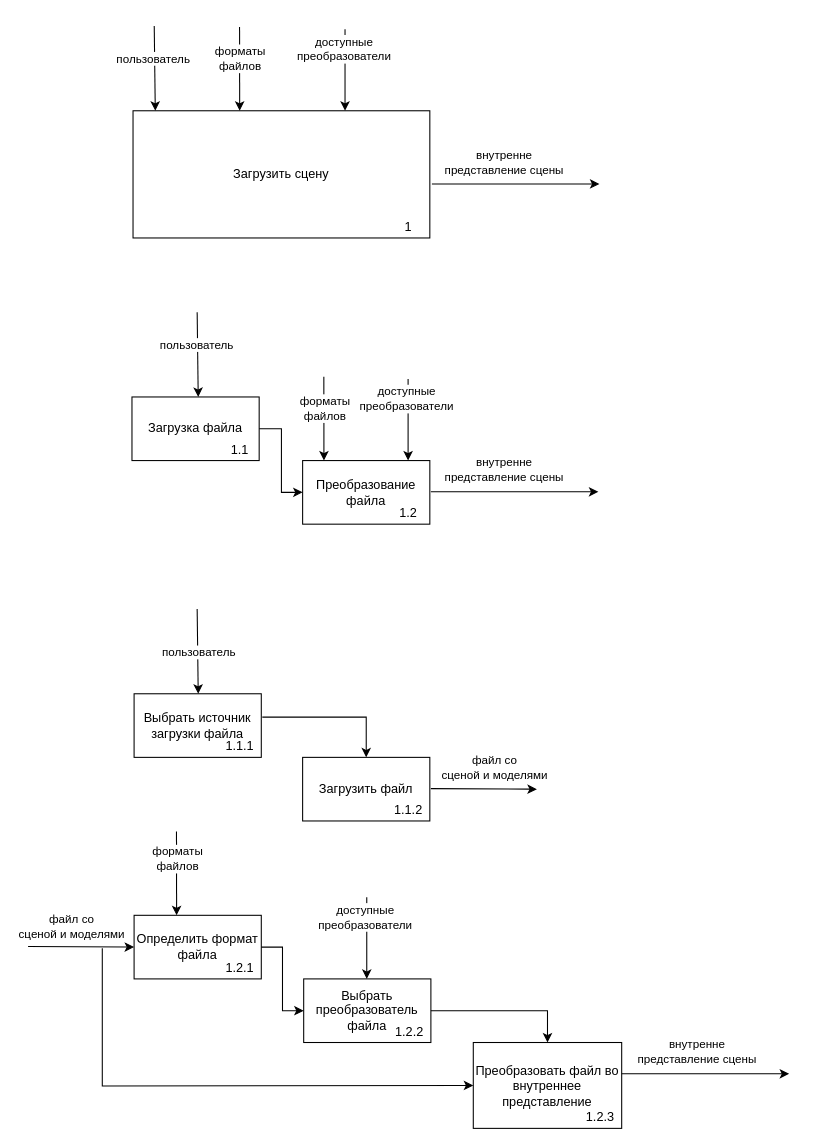
c0sx/3d-model-viewer-design keeps this draw.io diagram as page "1. Загрузка сцены" (2 of 9) of idef0/idef0.drawio. Above is the earlier version. Source tidied: cells renumbered, new cells numbered last; positions are measured from the earlier drawing's top-left corner, leaving out a move shared by most shapes. Both pictures are drawn from the tidied source at 106%, with x=0, y=0 at pixel (28, 25).
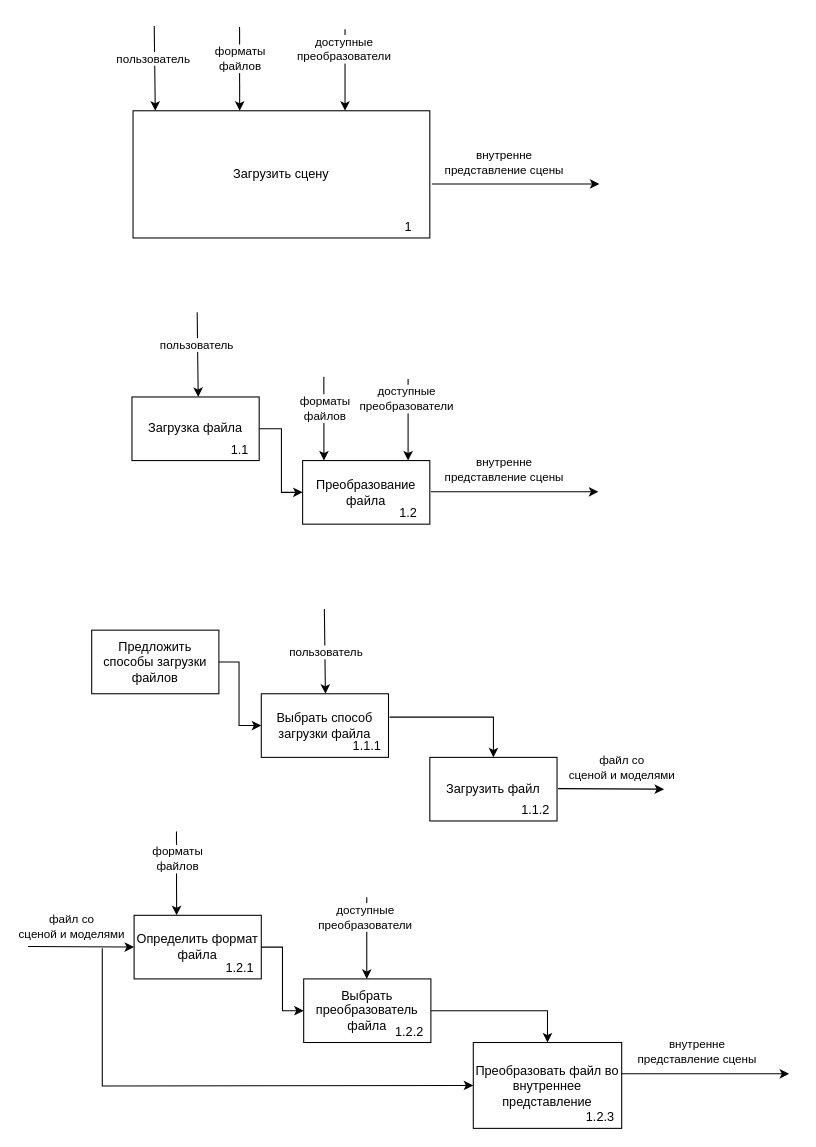
After the change.

Diff of the diagram source:
```diff
@@
-    <mxCell id="27" value="Выбрать источник загрузки файла" style="rounded=0;whiteSpace=wrap;html=1;" parent="1" vertex="1">
-      <mxGeometry x="100" y="630" width="120" height="60" as="geometry" />
+    <mxCell id="27" value="Выбрать способ загрузки файла" style="rounded=0;whiteSpace=wrap;html=1;" parent="1" vertex="1">
+      <mxGeometry x="220" y="630" width="120" height="60" as="geometry" />
     </mxCell>
@@
     <mxCell id="30" style="endArrow=classic;html=1;entryX=0.075;entryY=0;entryDx=0;entryDy=0;entryPerimeter=0;" parent="1" edge="1">
       <mxGeometry relative="1" as="geometry">
-        <mxPoint x="159.5" y="550" as="sourcePoint" />
-        <mxPoint x="160.5" y="630" as="targetPoint" />
+        <mxPoint x="279.5" y="550" as="sourcePoint" />
+        <mxPoint x="280.5" y="630" as="targetPoint" />
       </mxGeometry>
     </mxCell>
@@
     <mxCell id="32" value="Загрузить файл" style="rounded=0;whiteSpace=wrap;html=1;" parent="1" vertex="1">
-      <mxGeometry x="259" y="690" width="120" height="60" as="geometry" />
+      <mxGeometry x="379" y="690" width="120" height="60" as="geometry" />
     </mxCell>
     <mxCell id="33" style="endArrow=classic;html=1;exitX=1.008;exitY=0.367;exitDx=0;exitDy=0;exitPerimeter=0;entryX=0.5;entryY=0;entryDx=0;entryDy=0;rounded=0;" parent="1" edge="1" source="27" target="32">
       <mxGeometry relative="1" as="geometry">
         <Array as="points">
-          <mxPoint x="319" y="652" />
+          <mxPoint x="439" y="652" />
         </Array>
       </mxGeometry>
     </mxCell>
     <mxCell id="34" style="endArrow=classic;html=1;" parent="1" edge="1">
       <mxGeometry relative="1" as="geometry">
-        <mxPoint x="380" y="719.5" as="sourcePoint" />
-        <mxPoint x="480" y="720" as="targetPoint" />
+        <mxPoint x="500" y="719.5" as="sourcePoint" />
+        <mxPoint x="600" y="720" as="targetPoint" />
       </mxGeometry>
     </mxCell>
@@
     <mxCell id="49" value="1.1.1" style="text;html=1;strokeColor=none;fillColor=none;align=center;verticalAlign=middle;whiteSpace=wrap;rounded=0;" parent="1" vertex="1">
-      <mxGeometry x="180" y="670" width="40" height="20" as="geometry" />
+      <mxGeometry x="300" y="670" width="40" height="20" as="geometry" />
     </mxCell>
     <mxCell id="50" value="1.1.2" style="text;html=1;strokeColor=none;fillColor=none;align=center;verticalAlign=middle;whiteSpace=wrap;rounded=0;" parent="1" vertex="1">
-      <mxGeometry x="339" y="730" width="40" height="20" as="geometry" />
+      <mxGeometry x="459" y="730" width="40" height="20" as="geometry" />
     </mxCell>
+    <mxCell id="51" value="Предложить способы загрузки файлов" style="rounded=0;whiteSpace=wrap;html=1;" parent="1" vertex="1">
+      <mxGeometry x="60" y="570" width="120" height="60" as="geometry" />
+    </mxCell>
+    <mxCell id="52" style="endArrow=classic;html=1;strokeColor=#000000;exitX=1;exitY=0.5;exitDx=0;exitDy=0;entryX=0;entryY=0.5;entryDx=0;entryDy=0;rounded=0;" parent="1" edge="1" source="51" target="27">
+      <mxGeometry relative="1" as="geometry">
+        <Array as="points">
+          <mxPoint x="199" y="600" />
+          <mxPoint x="199" y="660" />
+        </Array>
+      </mxGeometry>
+    </mxCell>
```
